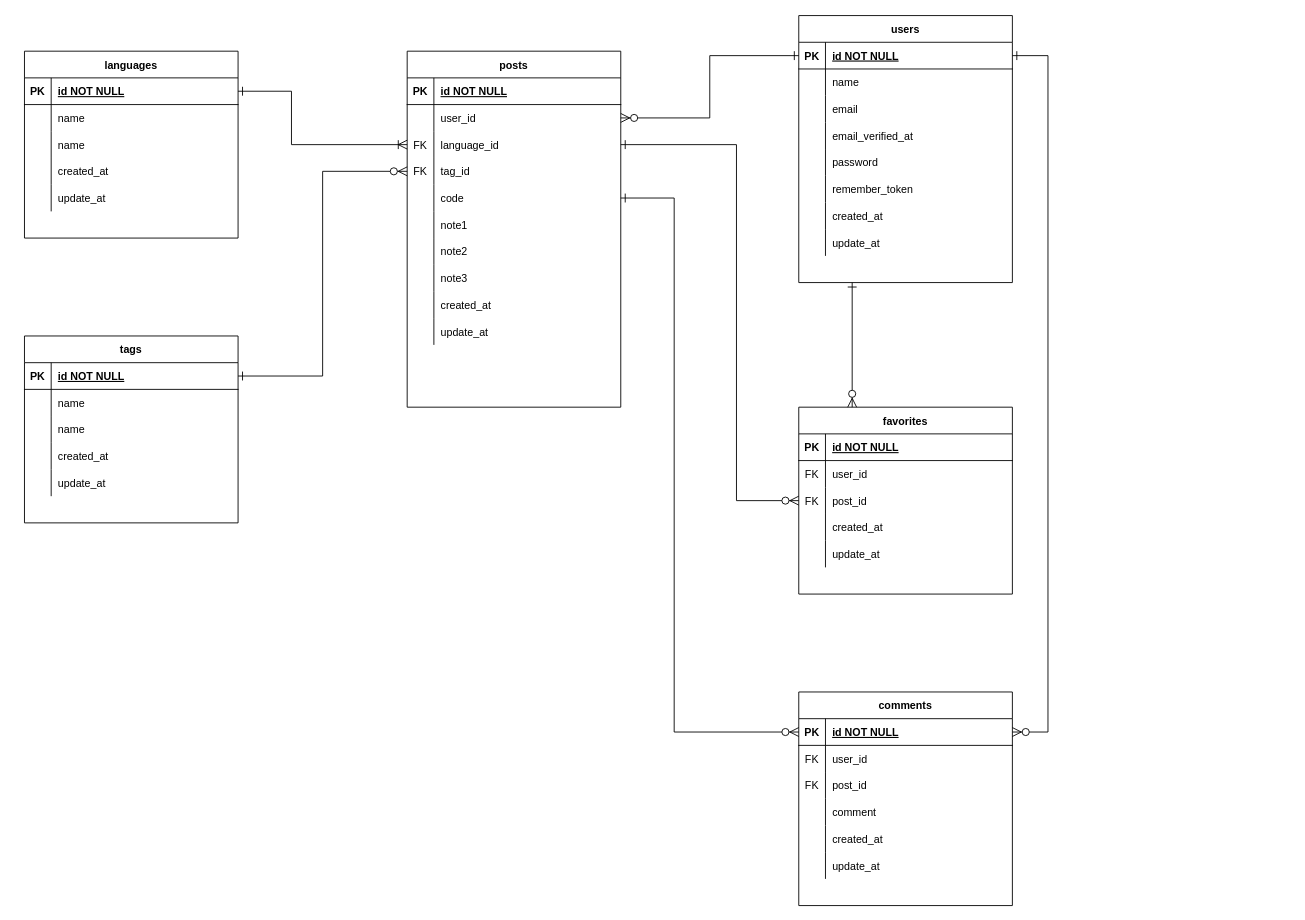
This is bitcode.drawio from 0gravity000/er001, a draw.io file, before an edit. Source tidied: cells renumbered, new cells numbered last; positions are measured from the earlier drawing's top-left corner, leaving out a move shared by most shapes. Both pictures are drawn from the tidied source at 89%, with x=0, y=0 at pixel (24, 15).
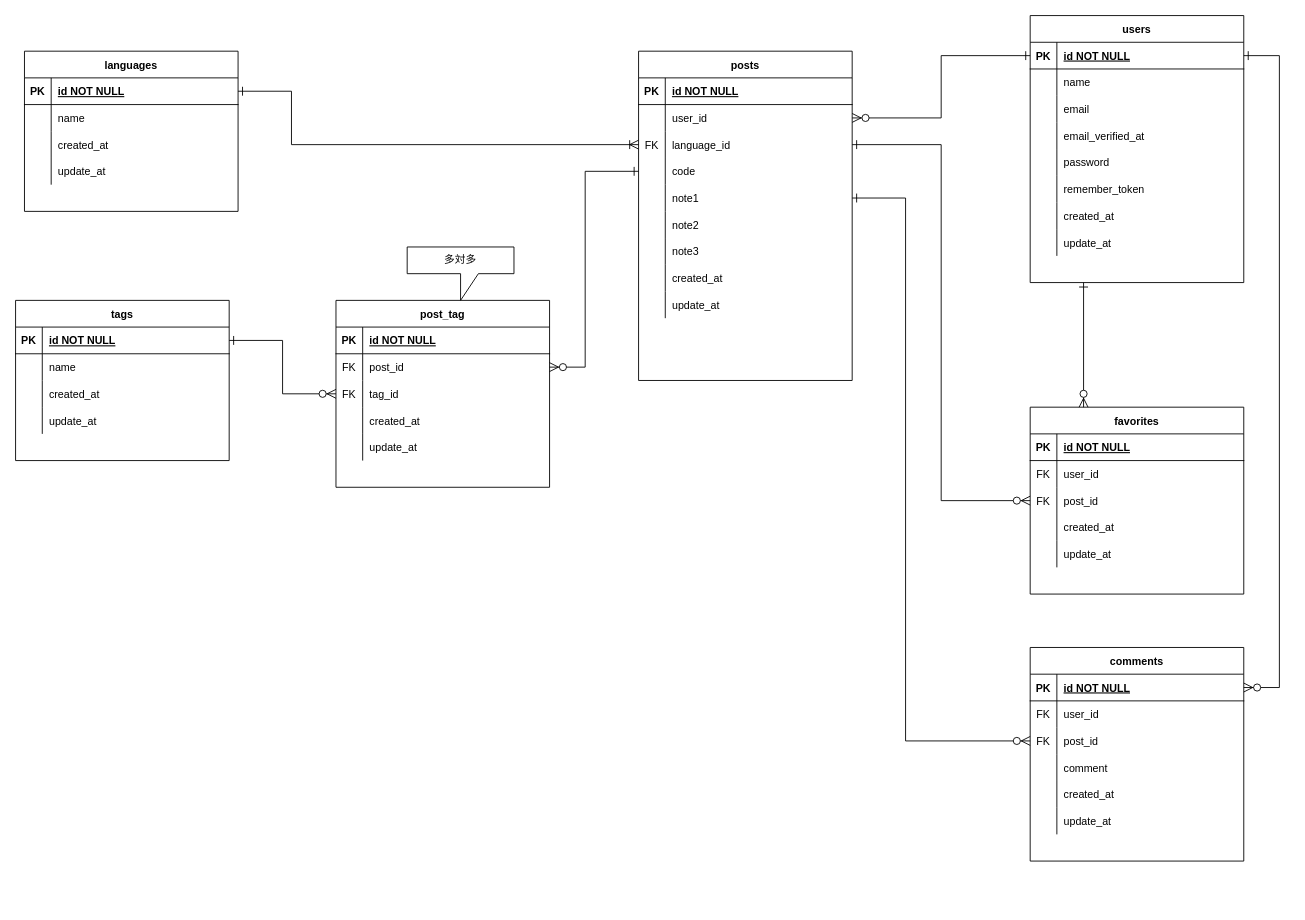
The same page after the edit.

Unchanged cells that the change refers to:
```xml
<mxCell id="9" style="shape=partialRectangle;fillColor=none;points=[[0,0.5],[1,0.5]];portConstraint=eastwest;top=0;left=0;right=0;bottom=0;" parent="2" vertex="1">
  <mxGeometry y="90" width="240" height="30" as="geometry" />
</mxCell>
<mxCell id="56" style="shape=partialRectangle;fillColor=none;top=0;left=0;bottom=0;right=0;points=[[0,0.5],[1,0.5]];portConstraint=eastwest;" parent="49" vertex="1">
  <mxGeometry y="90" width="240" height="30" as="geometry" />
</mxCell>
<mxCell id="68" style="shape=partialRectangle;fillColor=none;top=0;left=0;bottom=1;right=0;points=[[0,0.5],[1,0.5]];portConstraint=eastwest;" parent="67" vertex="1">
  <mxGeometry y="30" width="240" height="30" as="geometry" />
</mxCell>
<mxCell id="111" style="shape=partialRectangle;fillColor=none;top=0;left=0;bottom=1;right=0;points=[[0,0.5],[1,0.5]];portConstraint=eastwest;" parent="110" vertex="1">
  <mxGeometry y="30" width="240" height="30" as="geometry" />
</mxCell>
<mxCell id="117" style="shape=partialRectangle;fillColor=none;top=0;left=0;bottom=0;right=0;points=[[0,0.5],[1,0.5]];portConstraint=eastwest;" parent="110" vertex="1">
  <mxGeometry y="90" width="240" height="30" as="geometry" />
</mxCell>
```

What changed in the source:
```diff
@@
     <mxCell id="2" value="posts" style="shape=table;startSize=30;childLayout=tableLayout;rowLines=0;fontStyle=1;align=center;" parent="1" vertex="1">
-      <mxGeometry x="430" y="40" width="240" height="400" as="geometry" />
+      <mxGeometry x="690" y="40" width="240" height="370" as="geometry" />
     </mxCell>
@@
-    <mxCell id="12" style="shape=partialRectangle;fillColor=none;points=[[0,0.5],[1,0.5]];portConstraint=eastwest;top=0;left=0;right=0;bottom=0;" parent="2" vertex="1">
-      <mxGeometry y="120" width="240" height="30" as="geometry" />
-    </mxCell>
-    <mxCell id="13" value="FK" style="shape=partialRectangle;overflow=hidden;fillColor=none;top=0;left=0;bottom=0;right=0;" parent="12" vertex="1">
-      <mxGeometry width="30" height="30" as="geometry" />
-    </mxCell>
-    <mxCell id="14" value="tag_id" style="shape=partialRectangle;overflow=hidden;fillColor=none;top=0;left=0;bottom=0;right=0;align=left;spacingLeft=6;" parent="12" vertex="1">
-      <mxGeometry x="30" width="210" height="30" as="geometry" />
-    </mxCell>
     <mxCell id="15" style="shape=partialRectangle;fillColor=none;points=[[0,0.5],[1,0.5]];portConstraint=eastwest;top=0;left=0;right=0;bottom=0;" parent="2" vertex="1">
-      <mxGeometry y="150" width="240" height="30" as="geometry" />
+      <mxGeometry y="120" width="240" height="30" as="geometry" />
     </mxCell>
@@
     <mxCell id="18" style="shape=partialRectangle;fillColor=none;points=[[0,0.5],[1,0.5]];portConstraint=eastwest;top=0;left=0;right=0;bottom=0;" parent="2" vertex="1">
-      <mxGeometry y="180" width="240" height="30" as="geometry" />
+      <mxGeometry y="150" width="240" height="30" as="geometry" />
     </mxCell>
@@
     <mxCell id="21" style="shape=partialRectangle;fillColor=none;top=0;left=0;right=0;bottom=0;" parent="2" vertex="1">
-      <mxGeometry y="210" width="240" height="30" as="geometry" />
+      <mxGeometry y="180" width="240" height="30" as="geometry" />
     </mxCell>
@@
     <mxCell id="24" style="shape=partialRectangle;fillColor=none;top=0;left=0;right=0;bottom=0;" parent="2" vertex="1">
-      <mxGeometry y="240" width="240" height="30" as="geometry" />
+      <mxGeometry y="210" width="240" height="30" as="geometry" />
     </mxCell>
@@
     <mxCell id="27" style="shape=partialRectangle;fillColor=none;top=0;left=0;right=0;bottom=0;" parent="2" vertex="1">
-      <mxGeometry y="270" width="240" height="30" as="geometry" />
+      <mxGeometry y="240" width="240" height="30" as="geometry" />
     </mxCell>
@@
     <mxCell id="30" style="shape=partialRectangle;fillColor=none;top=0;left=0;right=0;bottom=0;" parent="2" vertex="1">
-      <mxGeometry y="300" width="240" height="30" as="geometry" />
+      <mxGeometry y="270" width="240" height="30" as="geometry" />
     </mxCell>
@@
-    <mxCell id="33" value="tags" style="shape=table;startSize=30;childLayout=tableLayout;rowLines=0;fontStyle=1;align=center;" parent="1" vertex="1">
-      <mxGeometry y="360" width="240" height="210" as="geometry" />
-    </mxCell>
-    <mxCell id="34" style="shape=partialRectangle;fillColor=none;top=0;left=0;bottom=1;right=0;points=[[0,0.5],[1,0.5]];portConstraint=eastwest;" parent="33" vertex="1">
-      <mxGeometry y="30" width="240" height="30" as="geometry" />
-    </mxCell>
-    <mxCell id="35" value="PK" style="shape=partialRectangle;fillColor=none;top=0;left=0;bottom=0;right=0;fontStyle=1;overflow=hidden;" parent="34" vertex="1">
-      <mxGeometry width="30" height="30" as="geometry" />
-    </mxCell>
-    <mxCell id="36" value="id NOT NULL" style="shape=partialRectangle;fillColor=none;top=0;left=0;bottom=0;right=0;align=left;spacingLeft=6;fontStyle=5;overflow=hidden;" parent="34" vertex="1">
-      <mxGeometry x="30" width="210" height="30" as="geometry" />
-    </mxCell>
-    <mxCell id="37" style="shape=partialRectangle;fillColor=none;top=0;left=0;bottom=0;right=0;" parent="33" vertex="1">
-      <mxGeometry y="60" width="240" height="30" as="geometry" />
-    </mxCell>
-    <mxCell id="38" style="shape=partialRectangle;fillColor=none;top=0;left=0;bottom=0;right=0;overflow=hidden;" parent="37" vertex="1">
-      <mxGeometry width="30" height="30" as="geometry" />
-    </mxCell>
-    <mxCell id="39" value="name" style="shape=partialRectangle;fillColor=none;top=0;left=0;bottom=0;right=0;align=left;spacingLeft=6;overflow=hidden;" parent="37" vertex="1">
-      <mxGeometry x="30" width="210" height="30" as="geometry" />
-    </mxCell>
-    <mxCell id="40" style="shape=partialRectangle;fillColor=none;top=0;left=0;bottom=0;right=0;" parent="33" vertex="1">
-      <mxGeometry y="90" width="240" height="30" as="geometry" />
-    </mxCell>
-    <mxCell id="41" style="shape=partialRectangle;fillColor=none;top=0;left=0;bottom=0;right=0;overflow=hidden;" parent="40" vertex="1">
-      <mxGeometry width="30" height="30" as="geometry" />
-    </mxCell>
-    <mxCell id="42" value="name" style="shape=partialRectangle;fillColor=none;top=0;left=0;bottom=0;right=0;align=left;spacingLeft=6;overflow=hidden;" parent="40" vertex="1">
-      <mxGeometry x="30" width="210" height="30" as="geometry" />
-    </mxCell>
-    <mxCell id="43" style="shape=partialRectangle;fillColor=none;top=0;left=0;bottom=0;right=0;" parent="33" vertex="1">
-      <mxGeometry y="120" width="240" height="30" as="geometry" />
-    </mxCell>
-    <mxCell id="44" style="shape=partialRectangle;fillColor=none;top=0;left=0;bottom=0;right=0;overflow=hidden;" parent="43" vertex="1">
-      <mxGeometry width="30" height="30" as="geometry" />
-    </mxCell>
-    <mxCell id="45" value="created_at" style="shape=partialRectangle;fillColor=none;top=0;left=0;bottom=0;right=0;align=left;spacingLeft=6;overflow=hidden;" parent="43" vertex="1">
-      <mxGeometry x="30" width="210" height="30" as="geometry" />
-    </mxCell>
-    <mxCell id="46" style="shape=partialRectangle;fillColor=none;top=0;left=0;bottom=0;right=0;" parent="33" vertex="1">
-      <mxGeometry y="150" width="240" height="30" as="geometry" />
-    </mxCell>
-    <mxCell id="47" style="shape=partialRectangle;fillColor=none;top=0;left=0;bottom=0;right=0;overflow=hidden;" parent="46" vertex="1">
-      <mxGeometry width="30" height="30" as="geometry" />
-    </mxCell>
-    <mxCell id="48" value="update_at" style="shape=partialRectangle;fillColor=none;top=0;left=0;bottom=0;right=0;align=left;spacingLeft=6;overflow=hidden;" parent="46" vertex="1">
-      <mxGeometry x="30" width="210" height="30" as="geometry" />
-    </mxCell>
     <mxCell id="49" value="favorites" style="shape=table;startSize=30;childLayout=tableLayout;rowLines=0;fontStyle=1;align=center;" parent="1" vertex="1">
-      <mxGeometry x="870" y="440" width="240" height="210" as="geometry" />
+      <mxGeometry x="1130" y="440" width="240" height="210" as="geometry" />
     </mxCell>
@@
-    <mxCell id="65" style="edgeStyle=orthogonalEdgeStyle;rounded=0;jettySize=auto;html=1;exitX=1;exitY=0.5;exitDx=0;exitDy=0;entryX=0;entryY=0.5;entryDx=0;entryDy=0;endArrow=ERzeroToMany;endFill=1;endSize=8;startSize=8;startArrow=ERone;startFill=0;" parent="1" edge="1" source="34" target="12">
-      <mxGeometry relative="1" as="geometry" />
-    </mxCell>
@@
     <mxCell id="67" value="users" style="shape=table;startSize=30;childLayout=tableLayout;rowLines=0;fontStyle=1;align=center;" parent="1" vertex="1">
-      <mxGeometry x="870" width="240" height="300" as="geometry" />
+      <mxGeometry x="1130" width="240" height="300" as="geometry" />
     </mxCell>
@@
     <mxCell id="93" value="languages" style="shape=table;startSize=30;childLayout=tableLayout;rowLines=0;fontStyle=1;align=center;" parent="1" vertex="1">
-      <mxGeometry y="40" width="240" height="210" as="geometry" />
+      <mxGeometry y="40" width="240" height="180" as="geometry" />
     </mxCell>
@@
-    <mxCell id="100" style="shape=partialRectangle;fillColor=none;top=0;left=0;bottom=0;right=0;" parent="93" vertex="1">
-      <mxGeometry y="90" width="240" height="30" as="geometry" />
-    </mxCell>
-    <mxCell id="101" style="shape=partialRectangle;fillColor=none;top=0;left=0;bottom=0;right=0;overflow=hidden;" parent="100" vertex="1">
-      <mxGeometry width="30" height="30" as="geometry" />
-    </mxCell>
-    <mxCell id="102" value="name" style="shape=partialRectangle;fillColor=none;top=0;left=0;bottom=0;right=0;align=left;spacingLeft=6;overflow=hidden;" parent="100" vertex="1">
-      <mxGeometry x="30" width="210" height="30" as="geometry" />
-    </mxCell>
     <mxCell id="103" style="shape=partialRectangle;fillColor=none;top=0;left=0;bottom=0;right=0;" parent="93" vertex="1">
-      <mxGeometry y="120" width="240" height="30" as="geometry" />
+      <mxGeometry y="90" width="240" height="30" as="geometry" />
     </mxCell>
@@
     <mxCell id="106" style="shape=partialRectangle;fillColor=none;top=0;left=0;bottom=0;right=0;" parent="93" vertex="1">
-      <mxGeometry y="150" width="240" height="30" as="geometry" />
+      <mxGeometry y="120" width="240" height="30" as="geometry" />
     </mxCell>
@@
     <mxCell id="110" value="comments" style="shape=table;startSize=30;childLayout=tableLayout;rowLines=0;fontStyle=1;align=center;" parent="1" vertex="1">
-      <mxGeometry x="870" y="760" width="240" height="240" as="geometry" />
+      <mxGeometry x="1130" y="710" width="240" height="240" as="geometry" />
     </mxCell>
@@
-    <mxCell id="129" style="edgeStyle=orthogonalEdgeStyle;rounded=0;jettySize=auto;html=1;exitX=1;exitY=0.5;exitDx=0;exitDy=0;entryX=0;entryY=0.5;entryDx=0;entryDy=0;startArrow=ERone;startFill=0;endArrow=ERzeroToMany;endFill=1;startSize=8;endSize=8;" parent="1" edge="1" source="9" target="56">
-      <mxGeometry relative="1" as="geometry">
-        <Array as="points">
-          <mxPoint x="800" y="145" />
-          <mxPoint x="800" y="545" />
-        </Array>
-      </mxGeometry>
-    </mxCell>
-    <mxCell id="130" style="edgeStyle=orthogonalEdgeStyle;rounded=0;jettySize=auto;html=1;exitX=1;exitY=0.5;exitDx=0;exitDy=0;entryX=0;entryY=0.5;entryDx=0;entryDy=0;startArrow=ERone;startFill=0;endArrow=ERzeroToMany;endFill=1;startSize=8;endSize=8;" parent="1" edge="1" source="15" target="111">
-      <mxGeometry relative="1" as="geometry">
-        <Array as="points">
-          <mxPoint x="730" y="205" />
-          <mxPoint x="730" y="805" />
-        </Array>
-      </mxGeometry>
-    </mxCell>
     <mxCell id="131" style="edgeStyle=orthogonalEdgeStyle;rounded=0;jettySize=auto;html=1;exitX=1;exitY=0.5;exitDx=0;exitDy=0;entryX=1;entryY=0.5;entryDx=0;entryDy=0;startArrow=ERone;startFill=0;endArrow=ERzeroToMany;endFill=1;startSize=8;endSize=8;" parent="1" edge="1" source="68" target="111">
       <mxGeometry relative="1" as="geometry">
         <Array as="points">
-          <mxPoint x="1150" y="45" />
-          <mxPoint x="1150" y="805" />
+          <mxPoint x="1410" y="45" />
+          <mxPoint x="1410" y="755" />
         </Array>
       </mxGeometry>
     </mxCell>
+    <mxCell id="33" value="tags" style="shape=table;startSize=30;childLayout=tableLayout;rowLines=0;fontStyle=1;align=center;" parent="1" vertex="1">
+      <mxGeometry x="-10" y="320" width="240" height="180" as="geometry" />
+    </mxCell>
+    <mxCell id="132" style="shape=partialRectangle;fillColor=none;top=0;left=0;bottom=1;right=0;points=[[0,0.5],[1,0.5]];portConstraint=eastwest;" parent="33" vertex="1">
+      <mxGeometry y="30" width="240" height="30" as="geometry" />
+    </mxCell>
+    <mxCell id="133" value="PK" style="shape=partialRectangle;fillColor=none;top=0;left=0;bottom=0;right=0;fontStyle=1;overflow=hidden;" parent="132" vertex="1">
+      <mxGeometry width="30" height="30" as="geometry" />
+    </mxCell>
+    <mxCell id="134" value="id NOT NULL" style="shape=partialRectangle;fillColor=none;top=0;left=0;bottom=0;right=0;align=left;spacingLeft=6;fontStyle=5;overflow=hidden;" parent="132" vertex="1">
+      <mxGeometry x="30" width="210" height="30" as="geometry" />
+    </mxCell>
+    <mxCell id="135" style="shape=partialRectangle;fillColor=none;top=0;left=0;bottom=0;right=0;" parent="33" vertex="1">
+      <mxGeometry y="60" width="240" height="30" as="geometry" />
+    </mxCell>
+    <mxCell id="136" style="shape=partialRectangle;fillColor=none;top=0;left=0;bottom=0;right=0;overflow=hidden;" parent="135" vertex="1">
+      <mxGeometry width="30" height="30" as="geometry" />
+    </mxCell>
+    <mxCell id="137" value="name" style="shape=partialRectangle;fillColor=none;top=0;left=0;bottom=0;right=0;align=left;spacingLeft=6;overflow=hidden;" parent="135" vertex="1">
+      <mxGeometry x="30" width="210" height="30" as="geometry" />
+    </mxCell>
+    <mxCell id="138" style="shape=partialRectangle;fillColor=none;top=0;left=0;bottom=0;right=0;" parent="33" vertex="1">
+      <mxGeometry y="90" width="240" height="30" as="geometry" />
+    </mxCell>
+    <mxCell id="139" style="shape=partialRectangle;fillColor=none;top=0;left=0;bottom=0;right=0;overflow=hidden;" parent="138" vertex="1">
+      <mxGeometry width="30" height="30" as="geometry" />
+    </mxCell>
+    <mxCell id="140" value="created_at" style="shape=partialRectangle;fillColor=none;top=0;left=0;bottom=0;right=0;align=left;spacingLeft=6;overflow=hidden;" parent="138" vertex="1">
+      <mxGeometry x="30" width="210" height="30" as="geometry" />
+    </mxCell>
+    <mxCell id="141" style="shape=partialRectangle;fillColor=none;top=0;left=0;bottom=0;right=0;" parent="33" vertex="1">
+      <mxGeometry y="120" width="240" height="30" as="geometry" />
+    </mxCell>
+    <mxCell id="142" style="shape=partialRectangle;fillColor=none;top=0;left=0;bottom=0;right=0;overflow=hidden;" parent="141" vertex="1">
+      <mxGeometry width="30" height="30" as="geometry" />
+    </mxCell>
+    <mxCell id="143" value="update_at" style="shape=partialRectangle;fillColor=none;top=0;left=0;bottom=0;right=0;align=left;spacingLeft=6;overflow=hidden;" parent="141" vertex="1">
+      <mxGeometry x="30" width="210" height="30" as="geometry" />
+    </mxCell>
+    <mxCell id="144" style="edgeStyle=orthogonalEdgeStyle;rounded=0;jettySize=auto;html=1;exitX=1;exitY=0.5;exitDx=0;exitDy=0;startArrow=ERone;startFill=0;endArrow=ERzeroToMany;endFill=1;startSize=8;endSize=8;" parent="1" edge="1" source="132" target="153">
+      <mxGeometry relative="1" as="geometry" />
+    </mxCell>
+    <mxCell id="145" style="edgeStyle=orthogonalEdgeStyle;rounded=0;jettySize=auto;html=1;exitX=0;exitY=0.5;exitDx=0;exitDy=0;startArrow=ERone;startFill=0;endArrow=ERzeroToMany;endFill=1;startSize=8;endSize=8;" parent="1" edge="1" target="150">
+      <mxGeometry relative="1" as="geometry">
+        <mxPoint x="690" y="175" as="sourcePoint" />
+        <Array as="points">
+          <mxPoint x="630" y="175" />
+          <mxPoint x="630" y="395" />
+        </Array>
+      </mxGeometry>
+    </mxCell>
+    <mxCell id="146" value="post_tag" style="shape=table;startSize=30;childLayout=tableLayout;rowLines=0;fontStyle=1;align=center;" parent="1" vertex="1">
+      <mxGeometry x="350" y="320" width="240" height="210" as="geometry" />
+    </mxCell>
+    <mxCell id="147" style="shape=partialRectangle;fillColor=none;top=0;left=0;bottom=1;right=0;" parent="146" vertex="1">
+      <mxGeometry y="30" width="240" height="30" as="geometry" />
+    </mxCell>
+    <mxCell id="148" value="PK" style="shape=partialRectangle;fillColor=none;top=0;left=0;bottom=0;right=0;fontStyle=1;overflow=hidden;" parent="147" vertex="1">
+      <mxGeometry width="30" height="30" as="geometry" />
+    </mxCell>
+    <mxCell id="149" value="id NOT NULL" style="shape=partialRectangle;fillColor=none;top=0;left=0;bottom=0;right=0;align=left;spacingLeft=6;fontStyle=5;overflow=hidden;" parent="147" vertex="1">
+      <mxGeometry x="30" width="210" height="30" as="geometry" />
+    </mxCell>
+    <mxCell id="150" style="shape=partialRectangle;fillColor=none;top=0;left=0;bottom=0;right=0;points=[[0,0.5],[1,0.5]];portConstraint=eastwest;" parent="146" vertex="1">
+      <mxGeometry y="60" width="240" height="30" as="geometry" />
+    </mxCell>
+    <mxCell id="151" value="FK" style="shape=partialRectangle;fillColor=none;top=0;left=0;bottom=0;right=0;overflow=hidden;" parent="150" vertex="1">
+      <mxGeometry width="30" height="30" as="geometry" />
+    </mxCell>
+    <mxCell id="152" value="post_id" style="shape=partialRectangle;fillColor=none;top=0;left=0;bottom=0;right=0;align=left;spacingLeft=6;overflow=hidden;" parent="150" vertex="1">
+      <mxGeometry x="30" width="210" height="30" as="geometry" />
+    </mxCell>
+    <mxCell id="153" style="shape=partialRectangle;fillColor=none;top=0;left=0;bottom=0;right=0;points=[[0,0.5],[1,0.5]];portConstraint=eastwest;" parent="146" vertex="1">
+      <mxGeometry y="90" width="240" height="30" as="geometry" />
+    </mxCell>
+    <mxCell id="154" value="FK" style="shape=partialRectangle;fillColor=none;top=0;left=0;bottom=0;right=0;overflow=hidden;" parent="153" vertex="1">
+      <mxGeometry width="30" height="30" as="geometry" />
+    </mxCell>
+    <mxCell id="14" value="tag_id" style="shape=partialRectangle;fillColor=none;top=0;left=0;bottom=0;right=0;align=left;spacingLeft=6;overflow=hidden;" parent="153" vertex="1">
+      <mxGeometry x="30" width="210" height="30" as="geometry" />
+    </mxCell>
+    <mxCell id="155" style="shape=partialRectangle;fillColor=none;top=0;left=0;bottom=0;right=0;" parent="146" vertex="1">
+      <mxGeometry y="120" width="240" height="30" as="geometry" />
+    </mxCell>
+    <mxCell id="156" style="shape=partialRectangle;fillColor=none;top=0;left=0;bottom=0;right=0;overflow=hidden;" parent="155" vertex="1">
+      <mxGeometry width="30" height="30" as="geometry" />
+    </mxCell>
+    <mxCell id="157" value="created_at" style="shape=partialRectangle;fillColor=none;top=0;left=0;bottom=0;right=0;align=left;spacingLeft=6;overflow=hidden;" parent="155" vertex="1">
+      <mxGeometry x="30" width="210" height="30" as="geometry" />
+    </mxCell>
+    <mxCell id="46" style="shape=partialRectangle;fillColor=none;top=0;left=0;bottom=0;right=0;" parent="146" vertex="1">
+      <mxGeometry y="150" width="240" height="30" as="geometry" />
+    </mxCell>
+    <mxCell id="158" style="shape=partialRectangle;fillColor=none;top=0;left=0;bottom=0;right=0;overflow=hidden;" parent="46" vertex="1">
+      <mxGeometry width="30" height="30" as="geometry" />
+    </mxCell>
+    <mxCell id="159" value="update_at" style="shape=partialRectangle;fillColor=none;top=0;left=0;bottom=0;right=0;align=left;spacingLeft=6;overflow=hidden;" parent="46" vertex="1">
+      <mxGeometry x="30" width="210" height="30" as="geometry" />
+    </mxCell>
+    <mxCell id="160" style="edgeStyle=orthogonalEdgeStyle;rounded=0;jettySize=auto;html=1;exitX=0;exitY=0.5;exitDx=0;exitDy=0;startArrow=ERzeroToMany;startFill=1;endArrow=ERone;endFill=0;startSize=8;endSize=8;" parent="1" edge="1" source="56" target="9">
+      <mxGeometry relative="1" as="geometry" />
+    </mxCell>
+    <mxCell id="161" style="edgeStyle=orthogonalEdgeStyle;rounded=0;jettySize=auto;html=1;exitX=0;exitY=0.5;exitDx=0;exitDy=0;entryX=1;entryY=0.5;entryDx=0;entryDy=0;startArrow=ERzeroToMany;startFill=1;endArrow=ERone;endFill=0;startSize=8;endSize=8;" parent="1" edge="1" source="117" target="18">
+      <mxGeometry relative="1" as="geometry">
+        <Array as="points">
+          <mxPoint x="990" y="815" />
+          <mxPoint x="990" y="205" />
+        </Array>
+      </mxGeometry>
+    </mxCell>
+    <mxCell id="162" value="多対多" style="shape=callout;whiteSpace=wrap;html=1;perimeter=calloutPerimeter;fillColor=#ffffff;" parent="1" vertex="1">
+      <mxGeometry x="430" y="260" width="120" height="60" as="geometry" />
+    </mxCell>
```
